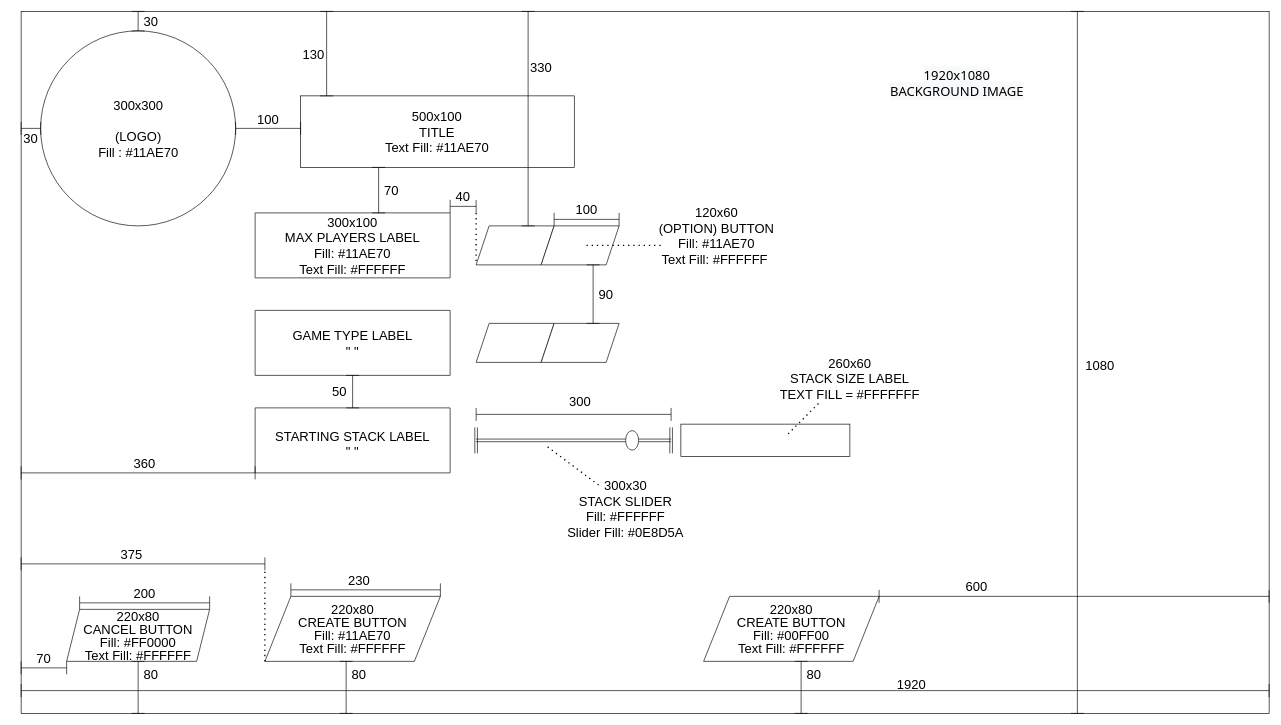
avishnoi12/A-Level-Project keeps this draw.io diagram as Project/newGameWireFrame.drawio. Above is the earlier version. Source tidied: cells renumbered, new cells numbered last; positions are measured from the earlier drawing's top-left corner, leaving out a move shared by most shapes. Both pictures are drawn from the tidied source at 65%, with x=0, y=0 at pixel (11, 11).
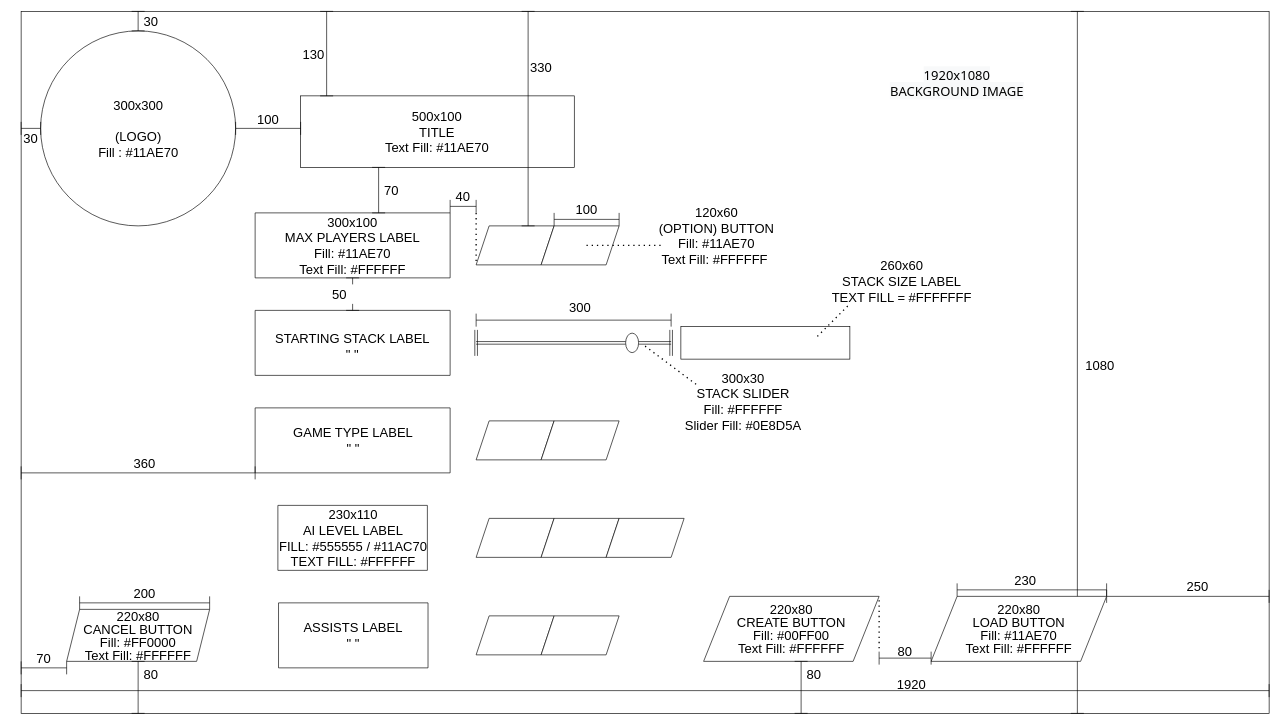
The same diagram, later.

Change to the diagram source:
```diff
@@
-    <mxCell id="19" style="shape=parallelogram;perimeter=parallelogramPerimeter;whiteSpace=wrap;html=1;fixedSize=1;size=-60;" parent="1" vertex="1">
-      <mxGeometry x="375" y="460" width="300" height="100" as="geometry" />
+    <mxCell id="19" style="shape=parallelogram;perimeter=parallelogramPerimeter;whiteSpace=wrap;html=1;fixedSize=1;size=-60;fillColor=default;strokeColor=default;fontColor=default;" parent="1" vertex="1">
+      <mxGeometry x="375" y="610" width="300" height="100" as="geometry" />
     </mxCell>
-    <mxCell id="20" style="shape=parallelogram;perimeter=parallelogramPerimeter;whiteSpace=wrap;html=1;fixedSize=1;size=-140;" parent="1" vertex="1">
-      <mxGeometry x="375" y="610" width="300" height="100" as="geometry" />
+    <mxCell id="20" style="shape=parallelogram;perimeter=parallelogramPerimeter;whiteSpace=wrap;html=1;fixedSize=1;size=-140;fillColor=default;strokeColor=default;fontColor=default;" parent="1" vertex="1">
+      <mxGeometry x="375" y="460" width="300" height="100" as="geometry" />
     </mxCell>
@@
-    <mxCell id="23" style="shape=link;html=1;rounded=0;fontSize=45;startArrow=none;" parent="1" edge="1" source="25">
+    <mxCell id="23" style="shape=link;html=1;rounded=0;fontSize=45;startArrow=none;exitX=1;exitY=0.5;exitDx=0;exitDy=0;strokeColor=default;labelBackgroundColor=default;fontColor=default;" parent="1" edge="1" source="25">
       <mxGeometry relative="1" as="geometry">
-        <mxPoint x="1015" y="660" as="targetPoint" />
+        <mxPoint x="1015" y="510" as="targetPoint" />
       </mxGeometry>
     </mxCell>
-    <mxCell id="24" style="shape=link;html=1;rounded=0;fontSize=45;" parent="1" edge="1">
+    <mxCell id="24" style="shape=link;html=1;rounded=0;fontSize=45;strokeColor=default;labelBackgroundColor=default;fontColor=default;" parent="1" edge="1">
       <mxGeometry relative="1" as="geometry">
-        <mxPoint x="715" y="640" as="sourcePoint" />
-        <mxPoint x="715" y="680" as="targetPoint" />
+        <mxPoint x="715" y="490" as="sourcePoint" />
+        <mxPoint x="715" y="530" as="targetPoint" />
       </mxGeometry>
     </mxCell>
-    <mxCell id="25" style="ellipse;whiteSpace=wrap;html=1;fontSize=45;" parent="1" vertex="1">
-      <mxGeometry x="945" y="645" width="20" height="30" as="geometry" />
+    <mxCell id="25" style="ellipse;whiteSpace=wrap;html=1;fontSize=45;fillColor=default;strokeColor=default;fontColor=default;" parent="1" vertex="1">
+      <mxGeometry x="945" y="495" width="20" height="30" as="geometry" />
     </mxCell>
-    <mxCell id="26" style="shape=link;html=1;rounded=0;fontSize=45;endArrow=none;" parent="1" edge="1" target="25">
+    <mxCell id="26" style="shape=link;html=1;rounded=0;fontSize=45;endArrow=none;entryX=0;entryY=0.5;entryDx=0;entryDy=0;strokeColor=default;labelBackgroundColor=default;fontColor=default;" parent="1" edge="1" target="25">
       <mxGeometry relative="1" as="geometry">
-        <mxPoint x="715" y="660" as="sourcePoint" />
+        <mxPoint x="715" y="510" as="sourcePoint" />
       </mxGeometry>
     </mxCell>
-    <mxCell id="27" style="shape=crossbar;whiteSpace=wrap;html=1;rounded=1;fontSize=20;" parent="1" vertex="1">
-      <mxGeometry x="715" y="610" width="300" height="20" as="geometry" />
+    <mxCell id="27" style="shape=crossbar;whiteSpace=wrap;html=1;rounded=1;fontSize=20;fillColor=default;strokeColor=default;fontColor=default;" parent="1" vertex="1">
+      <mxGeometry x="715" y="465" width="300" height="20" as="geometry" />
     </mxCell>
-    <mxCell id="28" value="300" style="text;html=1;strokeColor=none;fillColor=none;align=center;verticalAlign=middle;whiteSpace=wrap;rounded=0;fontSize=20;" parent="1" vertex="1">
-      <mxGeometry x="845" y="585" width="60" height="30" as="geometry" />
+    <mxCell id="28" value="300" style="text;html=1;strokeColor=none;fillColor=default;align=center;verticalAlign=middle;whiteSpace=wrap;rounded=0;fontSize=20;fontColor=default;" parent="1" vertex="1">
+      <mxGeometry x="845" y="440" width="60" height="30" as="geometry" />
     </mxCell>
@@
-    <mxCell id="32" style="shape=crossbar;whiteSpace=wrap;html=1;rounded=1;direction=south;fontSize=20;" parent="1" vertex="1">
-      <mxGeometry x="515" y="560" width="20" height="50" as="geometry" />
+    <mxCell id="32" style="shape=crossbar;whiteSpace=wrap;html=1;rounded=1;direction=south;fontSize=20;fillColor=default;strokeColor=default;fontColor=default;" parent="1" vertex="1">
+      <mxGeometry x="515" y="410" width="20" height="50" as="geometry" />
     </mxCell>
-    <mxCell id="33" value="50" style="text;html=1;strokeColor=none;fillColor=none;align=center;verticalAlign=middle;whiteSpace=wrap;rounded=0;fontSize=20;" parent="1" vertex="1">
-      <mxGeometry x="475" y="570" width="60" height="30" as="geometry" />
+    <mxCell id="33" value="50" style="text;html=1;strokeColor=none;fillColor=default;align=center;verticalAlign=middle;whiteSpace=wrap;rounded=0;fontSize=20;fontColor=default;" parent="1" vertex="1">
+      <mxGeometry x="475" y="420" width="60" height="30" as="geometry" />
     </mxCell>
@@
-    <mxCell id="41" style="shape=link;html=1;rounded=0;fontSize=45;" parent="1" edge="1">
+    <mxCell id="41" style="shape=link;html=1;rounded=0;fontSize=45;strokeColor=default;labelBackgroundColor=default;fontColor=default;" parent="1" edge="1">
       <mxGeometry relative="1" as="geometry">
-        <mxPoint x="1015" y="640" as="sourcePoint" />
-        <mxPoint x="1015" y="680" as="targetPoint" />
+        <mxPoint x="1015" y="490" as="sourcePoint" />
+        <mxPoint x="1015" y="530" as="targetPoint" />
       </mxGeometry>
     </mxCell>
-    <mxCell id="42" style="shape=parallelogram;perimeter=parallelogramPerimeter;whiteSpace=wrap;html=1;fixedSize=1;fontSize=40;" parent="1" vertex="1">
-      <mxGeometry x="715" y="480" width="120" height="60" as="geometry" />
+    <mxCell id="42" style="shape=parallelogram;perimeter=parallelogramPerimeter;whiteSpace=wrap;html=1;fixedSize=1;fontSize=40;fillColor=default;strokeColor=default;fontColor=default;" parent="1" vertex="1">
+      <mxGeometry x="715" y="630" width="120" height="60" as="geometry" />
     </mxCell>
-    <mxCell id="43" style="shape=parallelogram;perimeter=parallelogramPerimeter;whiteSpace=wrap;html=1;fixedSize=1;fontStyle=1;" parent="1" vertex="1">
-      <mxGeometry x="815" y="480" width="120" height="60" as="geometry" />
+    <mxCell id="43" style="shape=parallelogram;perimeter=parallelogramPerimeter;whiteSpace=wrap;html=1;fixedSize=1;fontStyle=1;fillColor=default;strokeColor=default;fontColor=default;" parent="1" vertex="1">
+      <mxGeometry x="815" y="630" width="120" height="60" as="geometry" />
     </mxCell>
-    <mxCell id="44" style="shape=crossbar;whiteSpace=wrap;html=1;rounded=1;direction=south;fontSize=20;" parent="1" vertex="1">
-      <mxGeometry x="885" y="390" width="20" height="90" as="geometry" />
-    </mxCell>
-    <mxCell id="45" value="90" style="text;html=1;strokeColor=none;fillColor=none;align=center;verticalAlign=middle;whiteSpace=wrap;rounded=0;fontSize=20;" parent="1" vertex="1">
-      <mxGeometry x="885" y="420" width="60" height="30" as="geometry" />
-    </mxCell>
@@
-    <mxCell id="58" style="shape=crossbar;whiteSpace=wrap;html=1;rounded=1;" parent="1" vertex="1">
-      <mxGeometry x="1335" y="890" width="600" height="20" as="geometry" />
+    <mxCell id="58" style="shape=crossbar;whiteSpace=wrap;html=1;rounded=1;fillColor=default;strokeColor=default;fontColor=default;" parent="1" vertex="1">
+      <mxGeometry x="1685" y="890" width="250" height="20" as="geometry" />
     </mxCell>
-    <mxCell id="59" value="600" style="text;html=1;strokeColor=none;fillColor=none;align=center;verticalAlign=middle;whiteSpace=wrap;rounded=0;fontSize=20;" parent="1" vertex="1">
-      <mxGeometry x="1455" y="870" width="60" height="30" as="geometry" />
+    <mxCell id="59" value="250" style="text;html=1;strokeColor=none;fillColor=none;align=center;verticalAlign=middle;whiteSpace=wrap;rounded=0;fontSize=20;fontColor=default;" parent="1" vertex="1">
+      <mxGeometry x="1795" y="870" width="60" height="30" as="geometry" />
     </mxCell>
@@
-    <mxCell id="61" value="GAME TYPE LABEL&lt;br&gt;&quot; &quot;" style="text;html=1;strokeColor=none;fillColor=none;align=center;verticalAlign=middle;whiteSpace=wrap;rounded=0;fontSize=20;" parent="1" vertex="1">
-      <mxGeometry x="400" y="495" width="250" height="30" as="geometry" />
+    <mxCell id="61" value="GAME TYPE LABEL&lt;br&gt;&quot; &quot;" style="text;html=1;strokeColor=none;fillColor=default;align=center;verticalAlign=middle;whiteSpace=wrap;rounded=0;fontSize=20;fontColor=default;" parent="1" vertex="1">
+      <mxGeometry x="400.5" y="645" width="250" height="30" as="geometry" />
     </mxCell>
-    <mxCell id="62" value="STARTING STACK LABEL&lt;br&gt;&quot; &quot;" style="text;html=1;strokeColor=none;fillColor=none;align=center;verticalAlign=middle;whiteSpace=wrap;rounded=0;fontSize=20;" parent="1" vertex="1">
-      <mxGeometry x="400" y="650" width="250" height="30" as="geometry" />
+    <mxCell id="62" value="STARTING STACK LABEL&lt;br&gt;&quot; &quot;" style="text;html=1;strokeColor=none;fillColor=default;align=center;verticalAlign=middle;whiteSpace=wrap;rounded=0;fontSize=20;fontColor=default;" parent="1" vertex="1">
+      <mxGeometry x="400" y="500" width="250" height="30" as="geometry" />
     </mxCell>
@@
-    <mxCell id="66" value="300x30&lt;br&gt;STACK SLIDER&lt;br&gt;Fill: #FFFFFF&lt;br&gt;Slider Fill:&amp;nbsp;#0E8D5A" style="text;html=1;strokeColor=none;fillColor=none;align=center;verticalAlign=middle;whiteSpace=wrap;rounded=0;fontSize=20;" parent="1" vertex="1">
-      <mxGeometry x="845" y="750" width="199.5" height="30" as="geometry" />
+    <mxCell id="66" value="300x30&lt;br&gt;STACK SLIDER&lt;br&gt;Fill: #FFFFFF&lt;br&gt;Slider Fill:&amp;nbsp;#0E8D5A" style="text;html=1;strokeColor=none;fillColor=none;align=center;verticalAlign=middle;whiteSpace=wrap;rounded=0;fontSize=20;fontColor=default;" parent="1" vertex="1">
+      <mxGeometry x="1025.5" y="585" width="199.5" height="30" as="geometry" />
     </mxCell>
-    <mxCell id="67" style="endArrow=none;dashed=1;html=1;dashPattern=1 3;strokeWidth=2;rounded=0;fontSize=15;" parent="1" edge="1">
+    <mxCell id="67" style="endArrow=none;dashed=1;html=1;dashPattern=1 3;strokeWidth=2;rounded=0;fontSize=15;strokeColor=default;labelBackgroundColor=default;fontColor=default;" parent="1" edge="1">
       <mxGeometry relative="1" as="geometry">
-        <mxPoint x="825" y="670" as="sourcePoint" />
-        <mxPoint x="905" y="730" as="targetPoint" />
+        <mxPoint x="975" y="515" as="sourcePoint" />
+        <mxPoint x="1055" y="575" as="targetPoint" />
       </mxGeometry>
     </mxCell>
@@
-    <mxCell id="70" style="shape=parallelogram;perimeter=parallelogramPerimeter;whiteSpace=wrap;html=1;fixedSize=1;size=40;" parent="1" vertex="1">
-      <mxGeometry x="390" y="900" width="270" height="100" as="geometry" />
+    <mxCell id="70" style="shape=parallelogram;perimeter=parallelogramPerimeter;whiteSpace=wrap;html=1;fixedSize=1;size=40;fillColor=default;strokeColor=default;fontColor=default;" parent="1" vertex="1">
+      <mxGeometry x="1415" y="900" width="270" height="100" as="geometry" />
     </mxCell>
     <mxCell id="71" style="shape=crossbar;whiteSpace=wrap;html=1;rounded=1;" parent="1" vertex="1">
-      <mxGeometry x="430" y="880" width="230" height="20" as="geometry" />
+      <mxGeometry x="1455" y="880" width="230" height="20" as="geometry" />
     </mxCell>
-    <mxCell id="72" value="&lt;p style=&quot;line-height: 1&quot;&gt;&lt;span&gt;220x80&lt;/span&gt;&lt;br&gt;&lt;span&gt;CREATE BUTTON&lt;/span&gt;&lt;br&gt;&lt;span&gt;Fill:&amp;nbsp;&lt;/span&gt;#11AE70&lt;br&gt;&lt;span&gt;Text Fill: #FFFFFF&lt;/span&gt;&lt;br&gt;&lt;/p&gt;" style="text;html=1;strokeColor=none;fillColor=none;align=center;verticalAlign=middle;whiteSpace=wrap;rounded=0;fontSize=20;" parent="1" vertex="1">
-      <mxGeometry x="415" y="927.5" width="220" height="45" as="geometry" />
+    <mxCell id="72" value="&lt;p style=&quot;line-height: 1&quot;&gt;&lt;span&gt;220x80&lt;/span&gt;&lt;br&gt;&lt;span&gt;LOAD BUTTON&lt;/span&gt;&lt;br&gt;&lt;span&gt;Fill:&amp;nbsp;&lt;/span&gt;#11AE70&lt;br&gt;&lt;span&gt;Text Fill: #FFFFFF&lt;/span&gt;&lt;br&gt;&lt;/p&gt;" style="text;html=1;strokeColor=none;fillColor=none;align=center;verticalAlign=middle;whiteSpace=wrap;rounded=0;fontSize=20;fontColor=default;" parent="1" vertex="1">
+      <mxGeometry x="1440" y="927.5" width="220" height="45" as="geometry" />
     </mxCell>
     <mxCell id="73" value="230" style="text;html=1;strokeColor=none;fillColor=none;align=center;verticalAlign=middle;whiteSpace=wrap;rounded=0;fontSize=20;" parent="1" vertex="1">
-      <mxGeometry x="505" y="860" width="60" height="30" as="geometry" />
+      <mxGeometry x="1530" y="860" width="60" height="30" as="geometry" />
     </mxCell>
-    <mxCell id="74" style="shape=crossbar;whiteSpace=wrap;html=1;rounded=1;" parent="1" vertex="1">
-      <mxGeometry x="15" y="840" width="375" height="20" as="geometry" />
-    </mxCell>
-    <mxCell id="75" style="endArrow=none;dashed=1;html=1;dashPattern=1 3;strokeWidth=2;rounded=0;" parent="1" edge="1">
-      <mxGeometry relative="1" as="geometry">
-        <mxPoint x="390" y="1000" as="sourcePoint" />
-        <mxPoint x="390" y="860" as="targetPoint" />
-      </mxGeometry>
-    </mxCell>
-    <mxCell id="76" value="375" style="text;html=1;strokeColor=none;fillColor=none;align=center;verticalAlign=middle;whiteSpace=wrap;rounded=0;fontSize=20;" parent="1" vertex="1">
-      <mxGeometry x="155" y="820" width="60" height="30" as="geometry" />
-    </mxCell>
-    <mxCell id="77" style="shape=crossbar;whiteSpace=wrap;html=1;rounded=1;direction=south;" parent="1" vertex="1">
-      <mxGeometry x="505" y="1000" width="20" height="80" as="geometry" />
-    </mxCell>
-    <mxCell id="78" value="80" style="text;html=1;strokeColor=none;fillColor=none;align=center;verticalAlign=middle;whiteSpace=wrap;rounded=0;fontSize=20;" parent="1" vertex="1">
-      <mxGeometry x="505" y="1005" width="60" height="30" as="geometry" />
-    </mxCell>
-    <mxCell id="79" style="rounded=0;whiteSpace=wrap;html=1;" parent="1" vertex="1">
-      <mxGeometry x="1030" y="635" width="260" height="50" as="geometry" />
+    <mxCell id="79" style="rounded=0;whiteSpace=wrap;html=1;fillColor=default;strokeColor=default;fontColor=default;" parent="1" vertex="1">
+      <mxGeometry x="1030" y="485" width="260" height="50" as="geometry" />
     </mxCell>
-    <mxCell id="80" value="260x60&lt;br&gt;STACK SIZE LABEL&lt;br&gt;TEXT FILL = #FFFFFFF" style="text;html=1;strokeColor=none;fillColor=none;align=center;verticalAlign=middle;whiteSpace=wrap;rounded=0;fontSize=20;" parent="1" vertex="1">
-      <mxGeometry x="1175" y="550" width="230" height="30" as="geometry" />
+    <mxCell id="80" value="260x60&lt;br&gt;STACK SIZE LABEL&lt;br&gt;TEXT FILL = #FFFFFFF" style="text;html=1;strokeColor=none;fillColor=none;align=center;verticalAlign=middle;whiteSpace=wrap;rounded=0;fontSize=20;fontColor=default;" parent="1" vertex="1">
+      <mxGeometry x="1255" y="400" width="230" height="30" as="geometry" />
     </mxCell>
-    <mxCell id="81" style="endArrow=none;dashed=1;html=1;dashPattern=1 3;strokeWidth=2;rounded=0;" parent="1" edge="1">
+    <mxCell id="81" style="endArrow=none;dashed=1;html=1;dashPattern=1 3;strokeWidth=2;rounded=0;strokeColor=default;labelBackgroundColor=default;fontColor=default;" parent="1" edge="1">
       <mxGeometry relative="1" as="geometry">
-        <mxPoint x="1195" y="650" as="sourcePoint" />
-        <mxPoint x="1245" y="600" as="targetPoint" />
+        <mxPoint x="1240" y="500" as="sourcePoint" />
+        <mxPoint x="1290" y="450" as="targetPoint" />
       </mxGeometry>
     </mxCell>
+    <mxCell id="82" style="shape=crossbar;whiteSpace=wrap;html=1;rounded=1;fontSize=20;fontColor=default;strokeColor=default;fillColor=default;" parent="1" vertex="1">
+      <mxGeometry x="1335" y="985" width="80" height="20" as="geometry" />
+    </mxCell>
+    <mxCell id="83" style="endArrow=none;dashed=1;html=1;dashPattern=1 3;strokeWidth=2;rounded=0;labelBackgroundColor=default;fontColor=default;strokeColor=default;" parent="1" edge="1">
+      <mxGeometry relative="1" as="geometry">
+        <mxPoint x="1335" y="980" as="sourcePoint" />
+        <mxPoint x="1335" y="900" as="targetPoint" />
+      </mxGeometry>
+    </mxCell>
+    <mxCell id="78" value="80" style="text;html=1;strokeColor=none;fillColor=none;align=center;verticalAlign=middle;whiteSpace=wrap;rounded=0;fontSize=20;fontColor=default;" parent="1" vertex="1">
+      <mxGeometry x="1345" y="970" width="60" height="30" as="geometry" />
+    </mxCell>
+    <mxCell id="84" style="shape=parallelogram;perimeter=parallelogramPerimeter;whiteSpace=wrap;html=1;fixedSize=1;size=-60;fillColor=default;strokeColor=default;fontColor=default;" parent="1" vertex="1">
+      <mxGeometry x="410" y="760" width="230" height="100" as="geometry" />
+    </mxCell>
+    <mxCell id="85" style="shape=parallelogram;perimeter=parallelogramPerimeter;whiteSpace=wrap;html=1;fixedSize=1;fontSize=40;fillColor=default;strokeColor=default;fontColor=default;" parent="1" vertex="1">
+      <mxGeometry x="715" y="780" width="120" height="60" as="geometry" />
+    </mxCell>
+    <mxCell id="86" style="shape=parallelogram;perimeter=parallelogramPerimeter;whiteSpace=wrap;html=1;fixedSize=1;fontStyle=1;fillColor=default;strokeColor=default;fontColor=default;" parent="1" vertex="1">
+      <mxGeometry x="815" y="780" width="120" height="60" as="geometry" />
+    </mxCell>
+    <mxCell id="87" style="shape=parallelogram;perimeter=parallelogramPerimeter;whiteSpace=wrap;html=1;fixedSize=1;fontStyle=1;fillColor=default;strokeColor=default;fontColor=default;" parent="1" vertex="1">
+      <mxGeometry x="915" y="780" width="120" height="60" as="geometry" />
+    </mxCell>
+    <mxCell id="88" value="230x110&lt;br&gt;AI LEVEL LABEL&lt;br&gt;FILL:&amp;nbsp;#555555 /&amp;nbsp;#11AC70&lt;br&gt;TEXT FILL: #FFFFFF" style="text;html=1;strokeColor=none;fillColor=none;align=center;verticalAlign=middle;whiteSpace=wrap;rounded=0;fontSize=20;fontColor=default;" parent="1" vertex="1">
+      <mxGeometry x="400.5" y="795" width="250" height="30" as="geometry" />
+    </mxCell>
+    <mxCell id="89" style="shape=parallelogram;perimeter=parallelogramPerimeter;whiteSpace=wrap;html=1;fixedSize=1;size=-60;fillColor=default;strokeColor=default;fontColor=default;" parent="1" vertex="1">
+      <mxGeometry x="411" y="910" width="230" height="100" as="geometry" />
+    </mxCell>
+    <mxCell id="90" style="shape=parallelogram;perimeter=parallelogramPerimeter;whiteSpace=wrap;html=1;fixedSize=1;fontSize=40;fillColor=default;strokeColor=default;fontColor=default;" parent="1" vertex="1">
+      <mxGeometry x="715" y="930" width="120" height="60" as="geometry" />
+    </mxCell>
+    <mxCell id="91" style="shape=parallelogram;perimeter=parallelogramPerimeter;whiteSpace=wrap;html=1;fixedSize=1;fontStyle=1;fillColor=default;strokeColor=default;fontColor=default;" parent="1" vertex="1">
+      <mxGeometry x="815" y="930" width="120" height="60" as="geometry" />
+    </mxCell>
+    <mxCell id="92" value="ASSISTS LABEL&lt;br&gt;&quot; &quot;" style="text;html=1;strokeColor=none;fillColor=none;align=center;verticalAlign=middle;whiteSpace=wrap;rounded=0;fontSize=20;fontColor=default;" parent="1" vertex="1">
+      <mxGeometry x="401" y="945" width="250" height="30" as="geometry" />
+    </mxCell>
```
